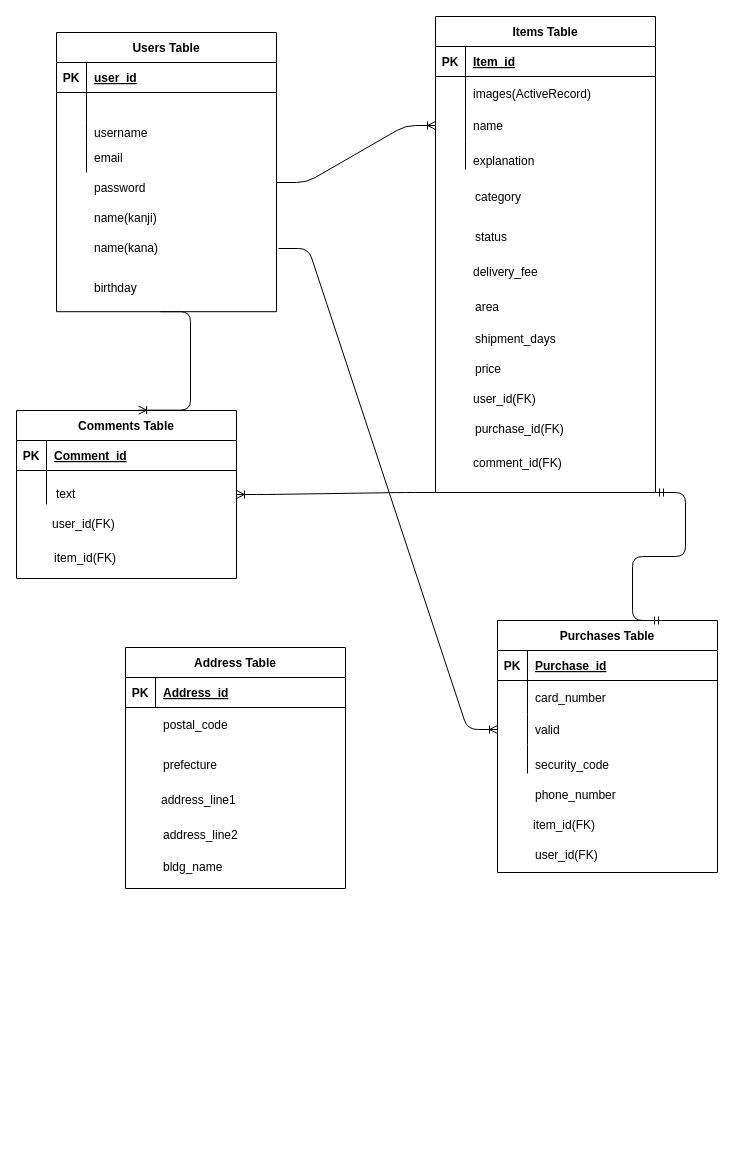
hiroonrails/furima-34323 keeps this draw.io diagram as furima.drawio. Above is the earlier version. Source tidied: cells renumbered, new cells numbered last; positions are measured from the earlier drawing's top-left corner, leaving out a move shared by most shapes. Both pictures are drawn from the tidied source at 100%, with x=0, y=0 at pixel (16, 16).
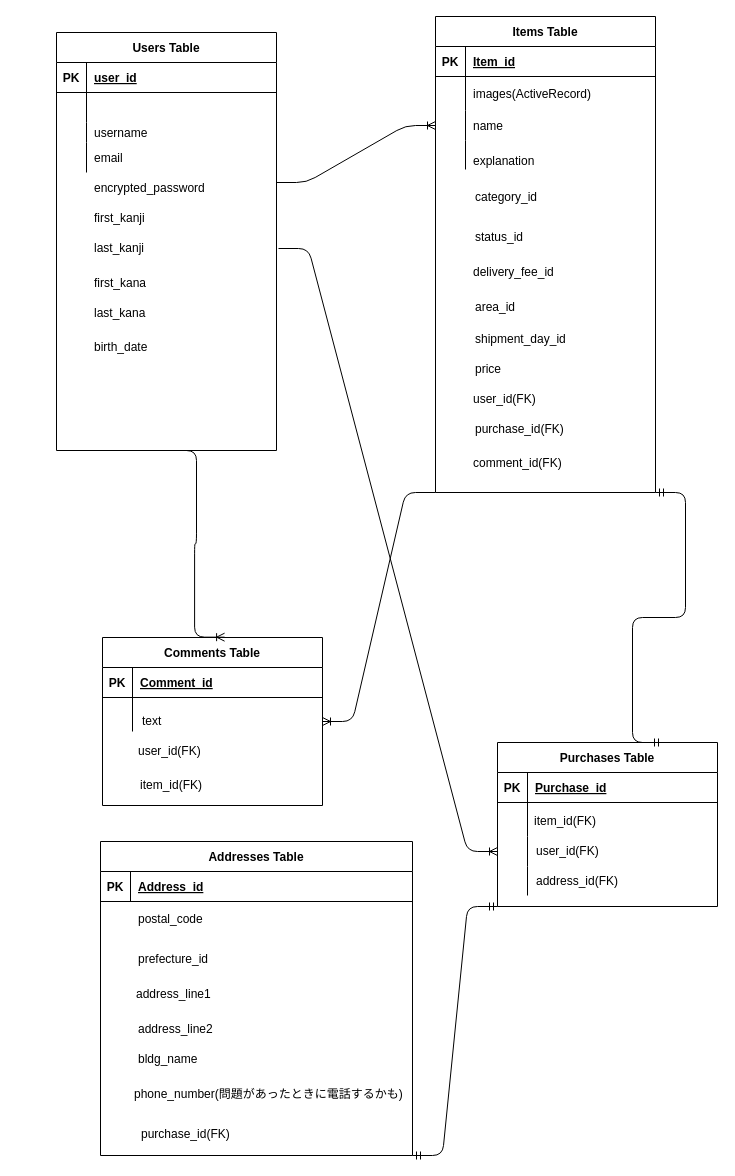
After the change.

Commit message (it also covers changes not shown here):
DB設計(修正2回目)

The change refers to these unchanged cells:
```xml
<mxCell id="47" style="shape=partialRectangle;fillColor=none;top=0;left=0;bottom=0;right=0;" parent="43" vertex="1">
  <mxGeometry y="60" width="220" height="34" as="geometry" />
</mxCell>
<mxCell id="50" style="shape=partialRectangle;fillColor=none;top=0;left=0;bottom=0;right=0;points=[[0,0.5],[1,0.5]];portConstraint=eastwest;" parent="43" vertex="1">
  <mxGeometry y="94" width="220" height="30" as="geometry" />
</mxCell>
```

The edit, as a diff of the source:
```diff
@@
-    <mxCell id="15" value="password" style="shape=partialRectangle;fillColor=none;top=0;left=0;bottom=0;right=0;align=left;spacingLeft=6;overflow=hidden;" parent="1" vertex="1">
+    <mxCell id="15" value="encrypted_password" style="shape=partialRectangle;fillColor=none;top=0;left=0;bottom=0;right=0;align=left;spacingLeft=6;overflow=hidden;" parent="1" vertex="1">
       <mxGeometry x="70" y="156" width="190" height="30" as="geometry" />
     </mxCell>
-    <mxCell id="16" value="name(kanji)" style="shape=partialRectangle;fillColor=none;top=0;left=0;bottom=0;right=0;align=left;spacingLeft=6;overflow=hidden;" parent="1" vertex="1">
+    <mxCell id="16" value="first_kanji" style="shape=partialRectangle;fillColor=none;top=0;left=0;bottom=0;right=0;align=left;spacingLeft=6;overflow=hidden;" parent="1" vertex="1">
       <mxGeometry x="70" y="186" width="190" height="30" as="geometry" />
     </mxCell>
-    <mxCell id="17" value="name(kana)" style="shape=partialRectangle;fillColor=none;top=0;left=0;bottom=0;right=0;align=left;spacingLeft=6;overflow=hidden;" parent="1" vertex="1">
+    <mxCell id="17" value="last_kanji" style="shape=partialRectangle;fillColor=none;top=0;left=0;bottom=0;right=0;align=left;spacingLeft=6;overflow=hidden;" parent="1" vertex="1">
       <mxGeometry x="70" y="216" width="190" height="30" as="geometry" />
     </mxCell>
-    <mxCell id="18" value="birthday" style="shape=partialRectangle;fillColor=none;top=0;left=0;bottom=0;right=0;align=left;spacingLeft=6;overflow=hidden;" parent="1" vertex="1">
-      <mxGeometry x="70" y="256" width="190" height="30" as="geometry" />
+    <mxCell id="18" value="birth_date" style="shape=partialRectangle;fillColor=none;top=0;left=0;bottom=0;right=0;align=left;spacingLeft=6;overflow=hidden;" parent="1" vertex="1">
+      <mxGeometry x="70" y="315" width="190" height="30" as="geometry" />
     </mxCell>
@@
     <mxCell id="20" value="Users Table" style="shape=table;startSize=30;childLayout=tableLayout;rowLines=0;fontStyle=1;align=center;" parent="1" vertex="1">
-      <mxGeometry x="40" y="16" width="220" height="279.2" as="geometry" />
+      <mxGeometry x="40" y="16" width="220" height="418" as="geometry" />
     </mxCell>
@@
-    <mxCell id="35" value="category" style="shape=partialRectangle;fillColor=none;top=0;left=0;bottom=0;right=0;align=left;spacingLeft=6;overflow=hidden;" parent="1" vertex="1">
+    <mxCell id="35" value="category_id" style="shape=partialRectangle;fillColor=none;top=0;left=0;bottom=0;right=0;align=left;spacingLeft=6;overflow=hidden;" parent="1" vertex="1">
       <mxGeometry x="451" y="165" width="190" height="30" as="geometry" />
     </mxCell>
-    <mxCell id="36" value="status" style="shape=partialRectangle;fillColor=none;top=0;left=0;bottom=0;right=0;align=left;spacingLeft=6;overflow=hidden;" parent="1" vertex="1">
+    <mxCell id="36" value="status_id" style="shape=partialRectangle;fillColor=none;top=0;left=0;bottom=0;right=0;align=left;spacingLeft=6;overflow=hidden;" parent="1" vertex="1">
       <mxGeometry x="451" y="205" width="190" height="30" as="geometry" />
     </mxCell>
-    <mxCell id="37" value="delivery_fee" style="shape=partialRectangle;fillColor=none;top=0;left=0;bottom=0;right=0;align=left;spacingLeft=6;overflow=hidden;" parent="1" vertex="1">
+    <mxCell id="37" value="delivery_fee_id" style="shape=partialRectangle;fillColor=none;top=0;left=0;bottom=0;right=0;align=left;spacingLeft=6;overflow=hidden;" parent="1" vertex="1">
       <mxGeometry x="449" y="240.2" width="190" height="30" as="geometry" />
     </mxCell>
-    <mxCell id="38" value="area" style="shape=partialRectangle;fillColor=none;top=0;left=0;bottom=0;right=0;align=left;spacingLeft=6;overflow=hidden;" parent="1" vertex="1">
+    <mxCell id="38" value="area_id" style="shape=partialRectangle;fillColor=none;top=0;left=0;bottom=0;right=0;align=left;spacingLeft=6;overflow=hidden;" parent="1" vertex="1">
       <mxGeometry x="451" y="275" width="190" height="30" as="geometry" />
     </mxCell>
-    <mxCell id="39" value="shipment_days" style="shape=partialRectangle;fillColor=none;top=0;left=0;bottom=0;right=0;align=left;spacingLeft=6;overflow=hidden;" parent="1" vertex="1">
+    <mxCell id="39" value="shipment_day_id" style="shape=partialRectangle;fillColor=none;top=0;left=0;bottom=0;right=0;align=left;spacingLeft=6;overflow=hidden;" parent="1" vertex="1">
       <mxGeometry x="451" y="307" width="190" height="30" as="geometry" />
     </mxCell>
@@
     <mxCell id="43" value="Purchases Table" style="shape=table;startSize=30;childLayout=tableLayout;rowLines=0;fontStyle=1;align=center;" parent="1" vertex="1">
-      <mxGeometry x="481" y="604" width="220" height="252" as="geometry" />
+      <mxGeometry x="481" y="726" width="220" height="164" as="geometry" />
     </mxCell>
@@
-    <mxCell id="49" value="card_number" style="shape=partialRectangle;fillColor=none;top=0;left=0;bottom=0;right=0;align=left;spacingLeft=6;overflow=hidden;" parent="47" vertex="1">
+    <mxCell id="49" style="shape=partialRectangle;fillColor=none;top=0;left=0;bottom=0;right=0;align=left;spacingLeft=6;overflow=hidden;" parent="47" vertex="1">
       <mxGeometry x="30" width="190" height="34" as="geometry" />
     </mxCell>
@@
-    <mxCell id="52" value="valid" style="shape=partialRectangle;fillColor=none;top=0;left=0;bottom=0;right=0;align=left;spacingLeft=6;overflow=hidden;" parent="50" vertex="1">
+    <mxCell id="52" style="shape=partialRectangle;fillColor=none;top=0;left=0;bottom=0;right=0;align=left;spacingLeft=6;overflow=hidden;" parent="50" vertex="1">
       <mxGeometry x="30" width="190" height="30" as="geometry" />
     </mxCell>
@@
     <mxCell id="56" style="shape=partialRectangle;fillColor=none;top=0;left=0;bottom=0;right=0;align=left;spacingLeft=6;overflow=hidden;" parent="1" vertex="1">
-      <mxGeometry x="511" y="729" width="190" height="30" as="geometry" />
+      <mxGeometry x="511" y="851" width="190" height="30" as="geometry" />
     </mxCell>
-    <mxCell id="57" value="security_code" style="shape=partialRectangle;fillColor=none;top=0;left=0;bottom=0;right=0;align=left;spacingLeft=6;overflow=hidden;" parent="1" vertex="1">
-      <mxGeometry x="511" y="733" width="190" height="30" as="geometry" />
-    </mxCell>
-    <mxCell id="58" value="phone_number" style="shape=partialRectangle;fillColor=none;top=0;left=0;bottom=0;right=0;align=left;spacingLeft=6;overflow=hidden;" parent="1" vertex="1">
-      <mxGeometry x="511" y="763" width="190" height="30" as="geometry" />
-    </mxCell>
     <mxCell id="59" value="item_id(FK)" style="shape=partialRectangle;fillColor=none;top=0;left=0;bottom=0;right=0;align=left;spacingLeft=6;overflow=hidden;" parent="1" vertex="1">
-      <mxGeometry x="509" y="793" width="190" height="30" as="geometry" />
+      <mxGeometry x="510" y="789" width="190" height="30" as="geometry" />
     </mxCell>
     <mxCell id="60" value="user_id(FK)" style="shape=partialRectangle;fillColor=none;top=0;left=0;bottom=0;right=0;align=left;spacingLeft=6;overflow=hidden;" parent="1" vertex="1">
-      <mxGeometry x="511" y="823" width="190" height="30" as="geometry" />
+      <mxGeometry x="512" y="819" width="190" height="30" as="geometry" />
     </mxCell>
     <mxCell id="61" value="Comments Table" style="shape=table;startSize=30;childLayout=tableLayout;rowLines=0;fontStyle=1;align=center;" parent="1" vertex="1">
-      <mxGeometry y="394" width="220" height="168" as="geometry" />
+      <mxGeometry x="86" y="621" width="220" height="168" as="geometry" />
     </mxCell>
@@
     <mxCell id="68" value="user_id(FK)" style="shape=partialRectangle;fillColor=none;top=0;left=0;bottom=0;right=0;align=left;spacingLeft=6;overflow=hidden;" parent="1" vertex="1">
-      <mxGeometry x="28" y="492" width="190" height="30" as="geometry" />
+      <mxGeometry x="114" y="719" width="190" height="30" as="geometry" />
     </mxCell>
-    <mxCell id="69" style="edgeStyle=entityRelationEdgeStyle;fontSize=12;html=1;endArrow=ERoneToMany;entryX=0.555;entryY=-0.002;entryDx=0;entryDy=0;entryPerimeter=0;" parent="1" edge="1" target="61">
-      <mxGeometry relative="1" as="geometry">
-        <mxPoint x="144" y="295.2" as="sourcePoint" />
-      </mxGeometry>
+    <mxCell id="69" style="edgeStyle=entityRelationEdgeStyle;fontSize=12;html=1;endArrow=ERoneToMany;entryX=0.555;entryY=-0.002;entryDx=0;entryDy=0;entryPerimeter=0;exitX=0.5;exitY=1;exitDx=0;exitDy=0;" parent="1" edge="1" source="20" target="61">
+      <mxGeometry relative="1" as="geometry" />
     </mxCell>
@@
     <mxCell id="74" value="item_id(FK)" style="shape=partialRectangle;fillColor=none;top=0;left=0;bottom=0;right=0;align=left;spacingLeft=6;overflow=hidden;" parent="1" vertex="1">
-      <mxGeometry x="30" y="526" width="190" height="30" as="geometry" />
+      <mxGeometry x="116" y="753" width="190" height="30" as="geometry" />
     </mxCell>
     <mxCell id="75" value="text" style="shape=partialRectangle;fillColor=none;top=0;left=0;bottom=0;right=0;align=left;spacingLeft=6;overflow=hidden;" parent="1" vertex="1">
-      <mxGeometry x="32" y="460" width="190" height="34" as="geometry" />
+      <mxGeometry x="118" y="687" width="190" height="34" as="geometry" />
     </mxCell>
-    <mxCell id="76" value="Address Table" style="shape=table;startSize=30;childLayout=tableLayout;rowLines=0;fontStyle=1;align=center;" parent="1" vertex="1">
-      <mxGeometry x="109" y="631" width="220" height="241" as="geometry" />
+    <mxCell id="76" value="Addresses Table" style="shape=table;startSize=30;childLayout=tableLayout;rowLines=0;fontStyle=1;align=center;" parent="1" vertex="1">
+      <mxGeometry x="84" y="825" width="312" height="314" as="geometry" />
     </mxCell>
     <mxCell id="77" style="shape=partialRectangle;fillColor=none;top=0;left=0;bottom=1;right=0;" parent="76" vertex="1">
-      <mxGeometry y="30" width="220" height="30" as="geometry" />
+      <mxGeometry y="30" width="312" height="30" as="geometry" />
     </mxCell>
@@
     <mxCell id="79" value="Address_id" style="shape=partialRectangle;fillColor=none;top=0;left=0;bottom=0;right=0;align=left;spacingLeft=6;fontStyle=5;overflow=hidden;" parent="77" vertex="1">
-      <mxGeometry x="30" width="190" height="30" as="geometry" />
+      <mxGeometry x="30" width="282" height="30" as="geometry" />
     </mxCell>
     <mxCell id="80" value="postal_code" style="shape=partialRectangle;fillColor=none;top=0;left=0;bottom=0;right=0;align=left;spacingLeft=6;overflow=hidden;" parent="1" vertex="1">
-      <mxGeometry x="139" y="693" width="190" height="30" as="geometry" />
+      <mxGeometry x="114" y="887" width="190" height="30" as="geometry" />
     </mxCell>
-    <mxCell id="81" value="prefecture" style="shape=partialRectangle;fillColor=none;top=0;left=0;bottom=0;right=0;align=left;spacingLeft=6;overflow=hidden;" parent="1" vertex="1">
-      <mxGeometry x="139" y="733" width="190" height="30" as="geometry" />
+    <mxCell id="81" value="prefecture_id" style="shape=partialRectangle;fillColor=none;top=0;left=0;bottom=0;right=0;align=left;spacingLeft=6;overflow=hidden;" parent="1" vertex="1">
+      <mxGeometry x="114" y="927" width="190" height="30" as="geometry" />
     </mxCell>
     <mxCell id="82" value="address_line1" style="shape=partialRectangle;fillColor=none;top=0;left=0;bottom=0;right=0;align=left;spacingLeft=6;overflow=hidden;" parent="1" vertex="1">
-      <mxGeometry x="137" y="768.2" width="190" height="30" as="geometry" />
+      <mxGeometry x="112" y="962.2" width="190" height="30" as="geometry" />
     </mxCell>
     <mxCell id="83" value="address_line2" style="shape=partialRectangle;fillColor=none;top=0;left=0;bottom=0;right=0;align=left;spacingLeft=6;overflow=hidden;" parent="1" vertex="1">
-      <mxGeometry x="139" y="803" width="190" height="30" as="geometry" />
+      <mxGeometry x="114" y="997" width="190" height="30" as="geometry" />
     </mxCell>
     <mxCell id="84" value="bldg_name" style="shape=partialRectangle;fillColor=none;top=0;left=0;bottom=0;right=0;align=left;spacingLeft=6;overflow=hidden;" parent="1" vertex="1">
-      <mxGeometry x="139" y="835" width="190" height="30" as="geometry" />
+      <mxGeometry x="114" y="1027" width="190" height="30" as="geometry" />
     </mxCell>
+    <mxCell id="85" value="first_kana" style="shape=partialRectangle;fillColor=none;top=0;left=0;bottom=0;right=0;align=left;spacingLeft=6;overflow=hidden;" parent="1" vertex="1">
+      <mxGeometry x="70" y="251" width="190" height="30" as="geometry" />
+    </mxCell>
+    <mxCell id="86" value="last_kana" style="shape=partialRectangle;fillColor=none;top=0;left=0;bottom=0;right=0;align=left;spacingLeft=6;overflow=hidden;" parent="1" vertex="1">
+      <mxGeometry x="70" y="281" width="190" height="30" as="geometry" />
+    </mxCell>
+    <mxCell id="87" style="edgeStyle=entityRelationEdgeStyle;fontSize=12;html=1;endArrow=ERmandOne;startArrow=ERmandOne;exitX=1;exitY=1;exitDx=0;exitDy=0;entryX=0;entryY=1;entryDx=0;entryDy=0;" parent="1" edge="1" source="76" target="43">
+      <mxGeometry relative="1" as="geometry" />
+    </mxCell>
+    <mxCell id="88" style="shape=partialRectangle;fillColor=none;top=0;left=0;bottom=0;right=0;align=left;spacingLeft=6;overflow=hidden;" parent="1" vertex="1">
+      <mxGeometry x="114" y="1062" width="190" height="30" as="geometry" />
+    </mxCell>
+    <mxCell id="89" value="address_id(FK)" style="shape=partialRectangle;fillColor=none;top=0;left=0;bottom=0;right=0;align=left;spacingLeft=6;overflow=hidden;" parent="1" vertex="1">
+      <mxGeometry x="512" y="849" width="190" height="30" as="geometry" />
+    </mxCell>
+    <mxCell id="90" value="purchase_id(FK)" style="shape=partialRectangle;fillColor=none;top=0;left=0;bottom=0;right=0;align=left;spacingLeft=6;overflow=hidden;" parent="1" vertex="1">
+      <mxGeometry x="117" y="1102" width="190" height="30" as="geometry" />
+    </mxCell>
+    <mxCell id="91" value="phone_number(問題があったときに電話するかも)" style="shape=partialRectangle;fillColor=none;top=0;left=0;bottom=0;right=0;align=left;spacingLeft=6;overflow=hidden;" parent="1" vertex="1">
+      <mxGeometry x="110" y="1062" width="301" height="30" as="geometry" />
+    </mxCell>
```
